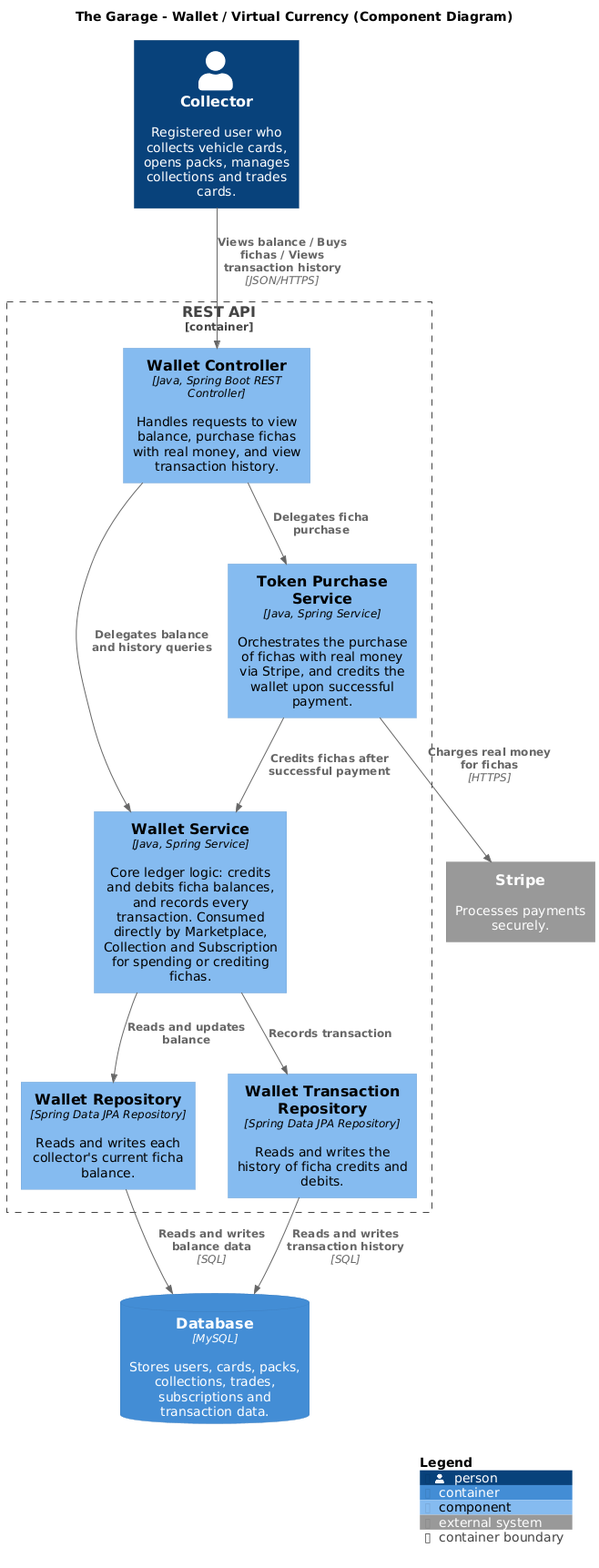
the-garage-studio/the-garage-c4-model-design keeps this PlantUML diagram as exports/ComponentDiagrams/Wallet-ComponentDiagram.png. Above is the earlier version. The source it was exported from:
```plantuml
@startuml Wallet-ComponentDiagram
!include https://raw.githubusercontent.com/plantuml-stdlib/C4-PlantUML/master/C4_Component.puml

LAYOUT_WITH_LEGEND()

title The Garage - Wallet / Virtual Currency (Component Diagram)

Person(collector, "Collector", "Registered user who collects vehicle cards, opens packs, manages collections and trades cards.")

System_Ext(stripe, "Stripe", "Processes payments securely.")

Container_Boundary(api, "REST API") {

    Component(wallet_controller, "Wallet Controller", "Java, Spring Boot REST Controller", "Handles requests to view balance, purchase fichas with real money, and view transaction history.")

    Component(token_purchase_service, "Token Purchase Service", "Java, Spring Service", "Orchestrates the purchase of fichas with real money via Stripe, and credits the wallet upon successful payment.")
    Component(wallet_service, "Wallet Service", "Java, Spring Service", "Core ledger logic: credits and debits ficha balances, and records every transaction. Consumed directly by Marketplace, Collection and Subscription for spending or crediting fichas.")

    Component(wallet_repository, "Wallet Repository", "Spring Data JPA Repository", "Reads and writes each collector's current ficha balance.")
    Component(wallet_transaction_repository, "Wallet Transaction Repository", "Spring Data JPA Repository", "Reads and writes the history of ficha credits and debits.")
}

ContainerDb(database, "Database", "MySQL", "Stores users, cards, packs, collections, trades, subscriptions and transaction data.")

Rel(collector, wallet_controller, "Views balance / Buys fichas / Views transaction history", "JSON/HTTPS")

Rel(wallet_controller, token_purchase_service, "Delegates ficha purchase")
Rel(wallet_controller, wallet_service, "Delegates balance and history queries")

Rel(token_purchase_service, stripe, "Charges real money for fichas", "HTTPS")
Rel(token_purchase_service, wallet_service, "Credits fichas after successful payment")

Rel(wallet_service, wallet_repository, "Reads and updates balance")
Rel(wallet_service, wallet_transaction_repository, "Records transaction")

Rel(wallet_repository, database, "Reads and writes balance data", "SQL")
Rel(wallet_transaction_repository, database, "Reads and writes transaction history", "SQL")


SHOW_LEGEND()
@enduml
```
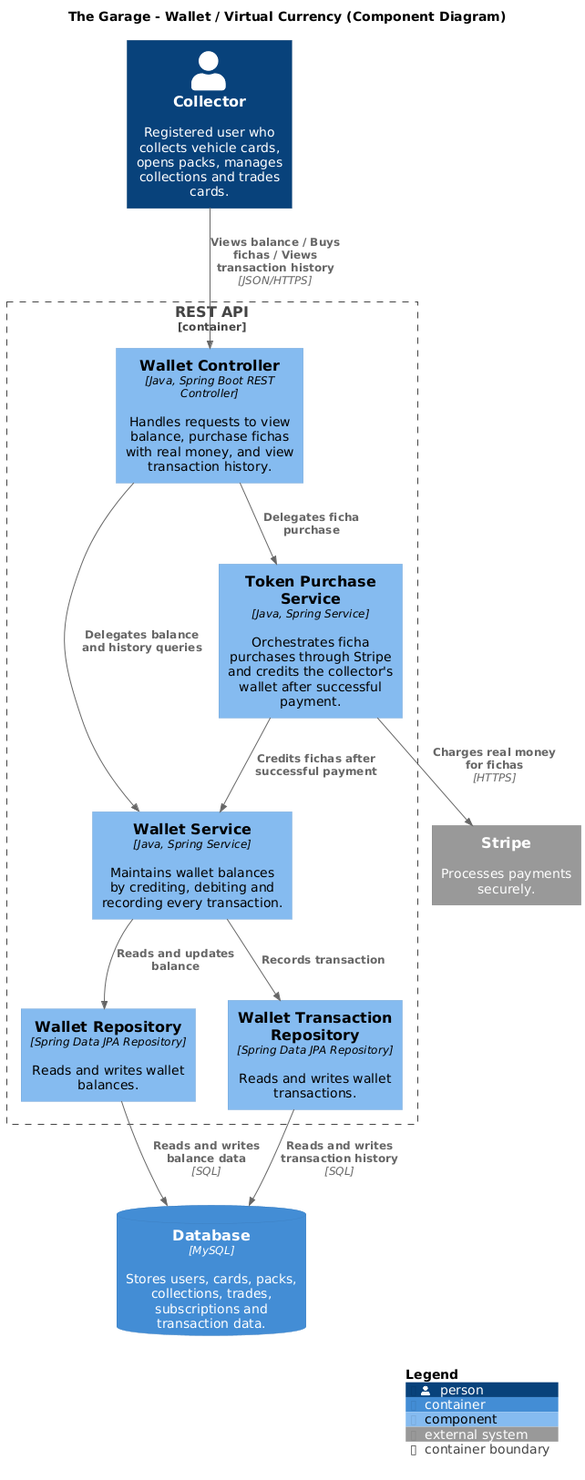
Later version of the same file.

What changed in the source:
```diff
@@ -13,11 +13,11 @@
 
     Component(wallet_controller, "Wallet Controller", "Java, Spring Boot REST Controller", "Handles requests to view balance, purchase fichas with real money, and view transaction history.")
 
-    Component(token_purchase_service, "Token Purchase Service", "Java, Spring Service", "Orchestrates the purchase of fichas with real money via Stripe, and credits the wallet upon successful payment.")
-    Component(wallet_service, "Wallet Service", "Java, Spring Service", "Core ledger logic: credits and debits ficha balances, and records every transaction. Consumed directly by Marketplace, Collection and Subscription for spending or crediting fichas.")
+    Component(token_purchase_service, "Token Purchase Service", "Java, Spring Service", "Orchestrates ficha purchases through Stripe and credits the collector's wallet after successful payment.")
+    Component(wallet_service, "Wallet Service", "Java, Spring Service", "Maintains wallet balances by crediting, debiting and recording every transaction.")
 
-    Component(wallet_repository, "Wallet Repository", "Spring Data JPA Repository", "Reads and writes each collector's current ficha balance.")
-    Component(wallet_transaction_repository, "Wallet Transaction Repository", "Spring Data JPA Repository", "Reads and writes the history of ficha credits and debits.")
+    Component(wallet_repository, "Wallet Repository", "Spring Data JPA Repository", "Reads and writes wallet balances.")
+    Component(wallet_transaction_repository, "Wallet Transaction Repository", "Spring Data JPA Repository", "Reads and writes wallet transactions.")
 }
 
 ContainerDb(database, "Database", "MySQL", "Stores users, cards, packs, collections, trades, subscriptions and transaction data.")
```
